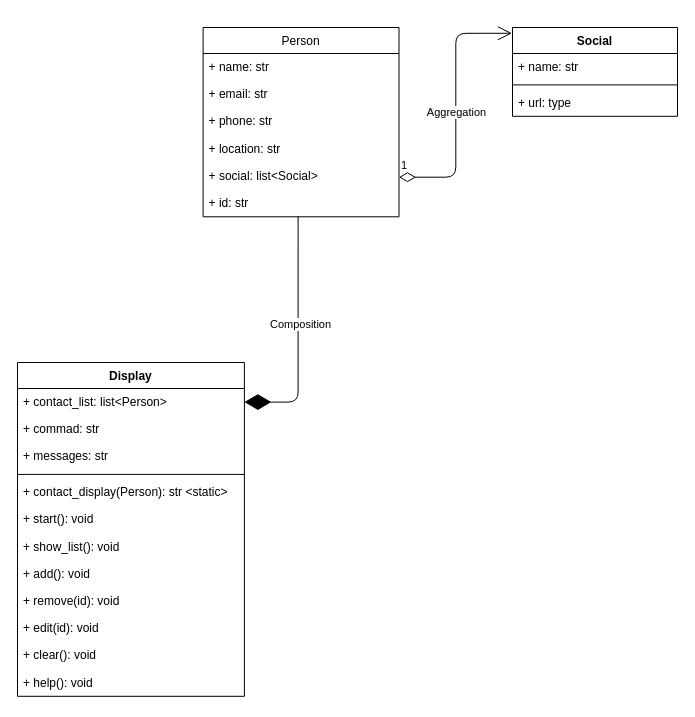
The draw.io diagram UML_Diagram/Contact_list.drawio in fahimfaisaal/contact_list_app, before the edit. Source tidied: cells renumbered, new cells numbered last; positions are measured from the earlier drawing's top-left corner, leaving out a move shared by most shapes. Both pictures are drawn from the tidied source at 100%, with x=0, y=0 at pixel (17, 27).
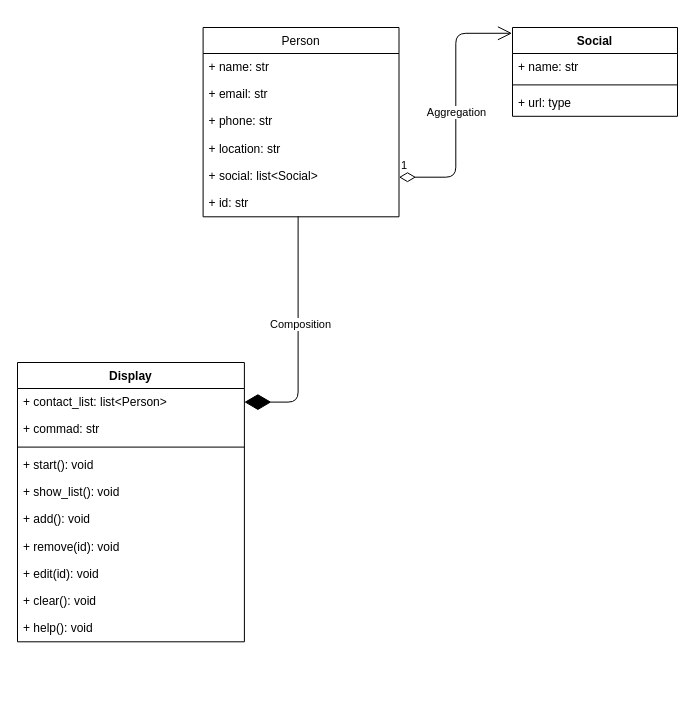
After the change.

Commit message (it also covers changes not shown here):
feat: remove message from uml

Unchanged cells that the change refers to:
```xml
<mxCell id="2" style="group;" parent="1" vertex="1">
  <mxGeometry width="660" height="670" as="geometry" />
</mxCell>
```

What changed in the source:
```diff
@@
     <mxCell id="16" value="Display" style="swimlane;fontStyle=1;align=center;verticalAlign=top;horizontal=1;startSize=26;" parent="2" vertex="1">
-      <mxGeometry y="335" width="226.9" height="333.8" as="geometry" />
+      <mxGeometry y="335" width="226.9" height="279.3" as="geometry" />
     </mxCell>
@@
-    <mxCell id="19" value="+ messages: str" style="text;strokeColor=none;fillColor=none;align=left;verticalAlign=top;spacingLeft=4;spacingRight=4;overflow=hidden;" parent="16" vertex="1">
-      <mxGeometry y="80.4" width="226.9" height="27.2" as="geometry" />
-    </mxCell>
     <mxCell id="20" style="line;strokeWidth=1;fillColor=none;align=left;verticalAlign=middle;spacingTop=-1;spacingLeft=3;spacingRight=3;labelPosition=right;" parent="16" vertex="1">
-      <mxGeometry y="107.7" width="226.9" height="8.4" as="geometry" />
+      <mxGeometry y="80.4" width="226.9" height="8.4" as="geometry" />
     </mxCell>
-    <mxCell id="21" value="+ contact_display(Person): str &lt;static&gt;" style="text;strokeColor=none;fillColor=none;align=left;verticalAlign=top;spacingLeft=4;spacingRight=4;overflow=hidden;" parent="16" vertex="1">
-      <mxGeometry y="116" width="226.9" height="27.2" as="geometry" />
-    </mxCell>
     <mxCell id="22" value="+ start(): void" style="text;strokeColor=none;fillColor=none;align=left;verticalAlign=top;spacingLeft=4;spacingRight=4;overflow=hidden;" parent="16" vertex="1">
-      <mxGeometry y="143.2" width="226.9" height="27.2" as="geometry" />
+      <mxGeometry y="88.8" width="226.9" height="27.2" as="geometry" />
     </mxCell>
     <mxCell id="23" value="+ show_list(): void" style="text;strokeColor=none;fillColor=none;align=left;verticalAlign=top;spacingLeft=4;spacingRight=4;overflow=hidden;" parent="16" vertex="1">
-      <mxGeometry y="170.5" width="226.9" height="27.2" as="geometry" />
+      <mxGeometry y="116" width="226.9" height="27.2" as="geometry" />
     </mxCell>
     <mxCell id="24" value="+ add(): void" style="text;strokeColor=none;fillColor=none;align=left;verticalAlign=top;spacingLeft=4;spacingRight=4;overflow=hidden;" parent="16" vertex="1">
-      <mxGeometry y="197.7" width="226.9" height="27.2" as="geometry" />
+      <mxGeometry y="143.2" width="226.9" height="27.2" as="geometry" />
     </mxCell>
     <mxCell id="25" value="+ remove(id): void" style="text;strokeColor=none;fillColor=none;align=left;verticalAlign=top;spacingLeft=4;spacingRight=4;overflow=hidden;" parent="16" vertex="1">
-      <mxGeometry y="224.9" width="226.9" height="27.2" as="geometry" />
+      <mxGeometry y="170.5" width="226.9" height="27.2" as="geometry" />
     </mxCell>
     <mxCell id="26" value="+ edit(id): void" style="text;strokeColor=none;fillColor=none;align=left;verticalAlign=top;spacingLeft=4;spacingRight=4;overflow=hidden;" parent="16" vertex="1">
-      <mxGeometry y="252.1" width="226.9" height="27.2" as="geometry" />
+      <mxGeometry y="197.7" width="226.9" height="27.2" as="geometry" />
     </mxCell>
     <mxCell id="27" value="+ clear(): void" style="text;strokeColor=none;fillColor=none;align=left;verticalAlign=top;spacingLeft=4;spacingRight=4;overflow=hidden;" parent="16" vertex="1">
-      <mxGeometry y="279.3" width="226.9" height="27.2" as="geometry" />
+      <mxGeometry y="224.9" width="226.9" height="27.2" as="geometry" />
     </mxCell>
     <mxCell id="28" value="+ help(): void" style="text;strokeColor=none;fillColor=none;align=left;verticalAlign=top;spacingLeft=4;spacingRight=4;overflow=hidden;" parent="16" vertex="1">
-      <mxGeometry y="306.6" width="226.9" height="27.2" as="geometry" />
+      <mxGeometry y="252.1" width="226.9" height="27.2" as="geometry" />
     </mxCell>
```
